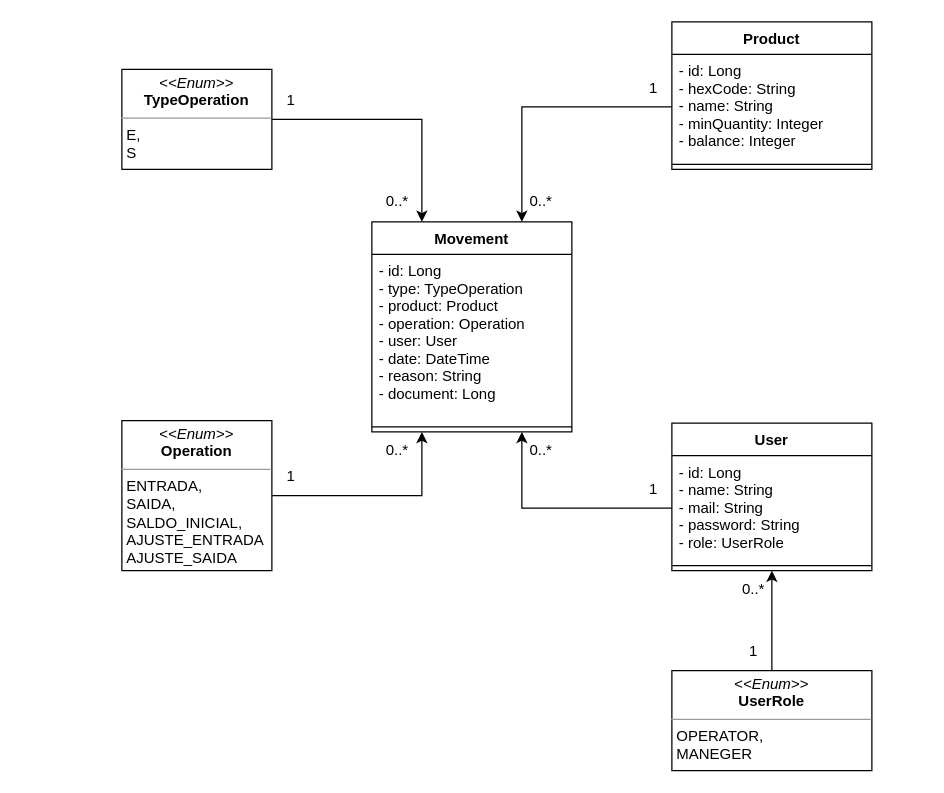
augustocesarsousa/draw-io keeps this draw.io diagram as varejonline/product.drawio. Above is the earlier version. Source tidied: cells renumbered, new cells numbered last; positions are measured from the earlier drawing's top-left corner, leaving out a move shared by most shapes. Both pictures are drawn from the tidied source at 125%, with x=0, y=0 at pixel (121, 21).
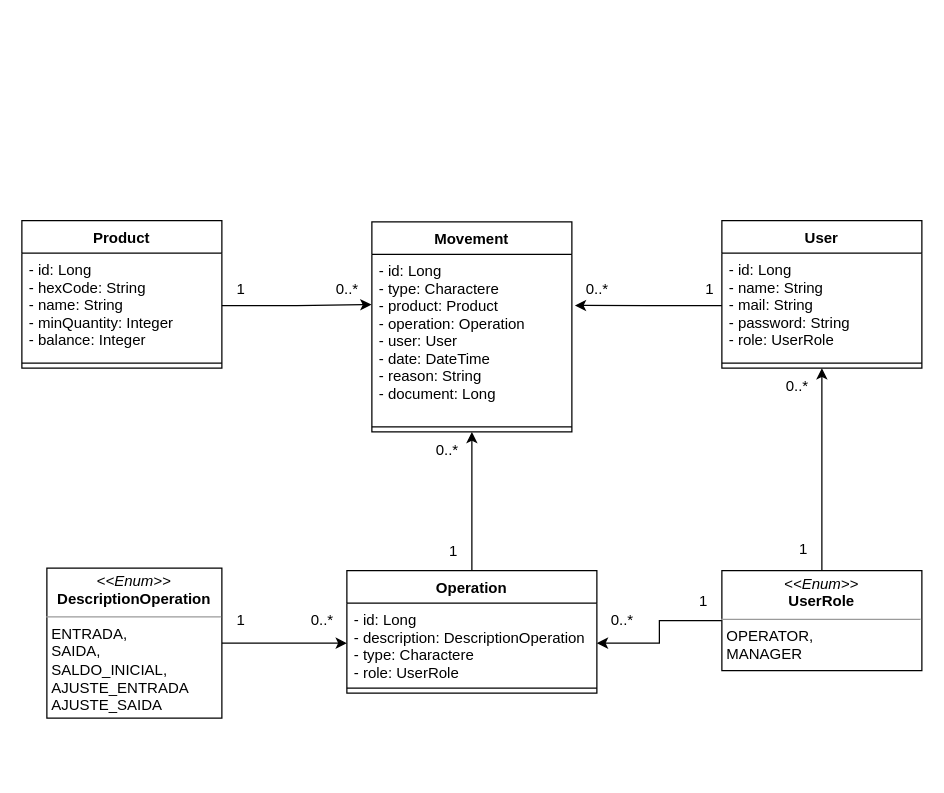
After the change.

The change refers to these unchanged cells:
```xml
<mxCell id="3" value="- id: Long&#10;- hexCode: String&#10;- name: String&#10;- minQuantity: Integer&#10;- balance: Integer" style="text;strokeColor=none;fillColor=none;align=left;verticalAlign=top;spacingLeft=4;spacingRight=4;overflow=hidden;points=[[0,0.5],[1,0.5]];portConstraint=eastwest;" parent="2" vertex="1">
  <mxGeometry y="26" width="160" height="84" as="geometry" />
</mxCell>
<mxCell id="6" value="- id: Long&#10;- name: String&#10;- mail: String&#10;- password: String&#10;- role: UserRole" style="text;strokeColor=none;fillColor=none;align=left;verticalAlign=top;spacingLeft=4;spacingRight=4;overflow=hidden;points=[[0,0.5],[1,0.5]];portConstraint=eastwest;" parent="5" vertex="1">
  <mxGeometry y="26" width="160" height="84" as="geometry" />
</mxCell>
<mxCell id="12" value="Movement" style="swimlane;fontStyle=1;align=center;verticalAlign=top;horizontal=1;startSize=26;" parent="1" vertex="1">
  <mxGeometry x="200" y="160" width="160" height="168" as="geometry" />
</mxCell>
```

Diff of the diagram source:
```diff
@@
     <mxCell id="2" value="Product" style="swimlane;fontStyle=1;align=center;verticalAlign=top;horizontal=1;startSize=26;" parent="1" vertex="1">
-      <mxGeometry x="440" width="160" height="118" as="geometry" />
+      <mxGeometry x="-80" y="159" width="160" height="118" as="geometry" />
     </mxCell>
@@
     <mxCell id="5" value="User" style="swimlane;fontStyle=1;align=center;verticalAlign=top;horizontal=1;startSize=26;" parent="1" vertex="1">
-      <mxGeometry x="440" y="321" width="160" height="118" as="geometry" />
+      <mxGeometry x="480" y="159" width="160" height="118" as="geometry" />
     </mxCell>
@@
+    <mxCell id="29" style="edgeStyle=orthogonalEdgeStyle;rounded=0;jettySize=auto;html=1;entryX=1;entryY=0.5;entryDx=0;entryDy=0;" parent="1" edge="1" source="9" target="33">
+      <mxGeometry relative="1" as="geometry" />
+    </mxCell>
-    <mxCell id="9" value="&lt;p style=&quot;margin:0px;margin-top:4px;text-align:center;&quot;&gt;&lt;i&gt;&amp;lt;&amp;lt;Enum&amp;gt;&amp;gt;&lt;/i&gt;&lt;br&gt;&lt;b&gt;UserRole&lt;/b&gt;&lt;/p&gt;&lt;hr size=&quot;1&quot;&gt;&lt;p style=&quot;margin:0px;margin-left:4px;&quot;&gt;OPERATOR,&lt;/p&gt;&lt;p style=&quot;margin:0px;margin-left:4px;&quot;&gt;MANEGER&lt;/p&gt;&lt;p style=&quot;margin:0px;margin-left:4px;&quot;&gt;&lt;br&gt;&lt;/p&gt;" style="verticalAlign=top;align=left;overflow=fill;fontSize=12;fontFamily=Helvetica;html=1;" parent="1" vertex="1">
-      <mxGeometry x="440" y="519" width="160" height="80" as="geometry" />
+    <mxCell id="9" value="&lt;p style=&quot;margin:0px;margin-top:4px;text-align:center;&quot;&gt;&lt;i&gt;&amp;lt;&amp;lt;Enum&amp;gt;&amp;gt;&lt;/i&gt;&lt;br&gt;&lt;b&gt;UserRole&lt;/b&gt;&lt;/p&gt;&lt;hr size=&quot;1&quot;&gt;&lt;p style=&quot;margin:0px;margin-left:4px;&quot;&gt;OPERATOR,&lt;/p&gt;&lt;p style=&quot;margin:0px;margin-left:4px;&quot;&gt;MANAGER&lt;/p&gt;&lt;p style=&quot;margin:0px;margin-left:4px;&quot;&gt;&lt;br&gt;&lt;/p&gt;" style="verticalAlign=top;align=left;overflow=fill;fontSize=12;fontFamily=Helvetica;html=1;" parent="1" vertex="1">
+      <mxGeometry x="480" y="439" width="160" height="80" as="geometry" />
     </mxCell>
-    <mxCell id="10" style="edgeStyle=orthogonalEdgeStyle;rounded=0;jettySize=auto;html=1;entryX=0.25;entryY=1;entryDx=0;entryDy=0;" parent="1" edge="1" source="11" target="12">
-      <mxGeometry relative="1" as="geometry" />
-    </mxCell>
+    <mxCell id="30" style="edgeStyle=orthogonalEdgeStyle;rounded=0;jettySize=auto;html=1;entryX=0;entryY=0.5;entryDx=0;entryDy=0;" parent="1" edge="1" source="11" target="33">
+      <mxGeometry relative="1" as="geometry" />
+    </mxCell>
-    <mxCell id="11" value="&lt;p style=&quot;margin:0px;margin-top:4px;text-align:center;&quot;&gt;&lt;i&gt;&amp;lt;&amp;lt;Enum&amp;gt;&amp;gt;&lt;/i&gt;&lt;br&gt;&lt;b&gt;Operation&lt;/b&gt;&lt;/p&gt;&lt;hr size=&quot;1&quot;&gt;&lt;p style=&quot;margin:0px;margin-left:4px;&quot;&gt;&lt;/p&gt;&lt;p style=&quot;border-color: var(--border-color); margin: 0px 0px 0px 4px;&quot;&gt;ENTRADA,&lt;/p&gt;&lt;p style=&quot;border-color: var(--border-color); margin: 0px 0px 0px 4px;&quot;&gt;SAIDA,&lt;/p&gt;&lt;p style=&quot;border-color: var(--border-color); margin: 0px 0px 0px 4px;&quot;&gt;SALDO_INICIAL,&lt;/p&gt;&lt;p style=&quot;border-color: var(--border-color); margin: 0px 0px 0px 4px;&quot;&gt;AJUSTE_ENTRADA&lt;/p&gt;&lt;p style=&quot;border-color: var(--border-color); margin: 0px 0px 0px 4px;&quot;&gt;AJUSTE_SAIDA&lt;/p&gt;" style="verticalAlign=top;align=left;overflow=fill;fontSize=12;fontFamily=Helvetica;html=1;" parent="1" vertex="1">
-      <mxGeometry y="319" width="120" height="120" as="geometry" />
+    <mxCell id="11" value="&lt;p style=&quot;margin:0px;margin-top:4px;text-align:center;&quot;&gt;&lt;i&gt;&amp;lt;&amp;lt;Enum&amp;gt;&amp;gt;&lt;/i&gt;&lt;br&gt;&lt;b&gt;DescriptionOperation&lt;/b&gt;&lt;/p&gt;&lt;hr size=&quot;1&quot;&gt;&lt;p style=&quot;margin:0px;margin-left:4px;&quot;&gt;&lt;/p&gt;&lt;p style=&quot;border-color: var(--border-color); margin: 0px 0px 0px 4px;&quot;&gt;ENTRADA,&lt;/p&gt;&lt;p style=&quot;border-color: var(--border-color); margin: 0px 0px 0px 4px;&quot;&gt;SAIDA,&lt;/p&gt;&lt;p style=&quot;border-color: var(--border-color); margin: 0px 0px 0px 4px;&quot;&gt;SALDO_INICIAL,&lt;/p&gt;&lt;p style=&quot;border-color: var(--border-color); margin: 0px 0px 0px 4px;&quot;&gt;AJUSTE_ENTRADA&lt;/p&gt;&lt;p style=&quot;border-color: var(--border-color); margin: 0px 0px 0px 4px;&quot;&gt;AJUSTE_SAIDA&lt;/p&gt;" style="verticalAlign=top;align=left;overflow=fill;fontSize=12;fontFamily=Helvetica;html=1;" parent="1" vertex="1">
+      <mxGeometry x="-60" y="437" width="140" height="120" as="geometry" />
     </mxCell>
@@
-    <mxCell id="13" value="- id: Long&#10;- type: TypeOperation&#10;- product: Product&#10;- operation: Operation&#10;- user: User&#10;- date: DateTime&#10;- reason: String&#10;- document: Long" style="text;strokeColor=none;fillColor=none;align=left;verticalAlign=top;spacingLeft=4;spacingRight=4;overflow=hidden;points=[[0,0.5],[1,0.5]];portConstraint=eastwest;" parent="12" vertex="1">
+    <mxCell id="13" value="- id: Long&#10;- type: Charactere&#10;- product: Product&#10;- operation: Operation&#10;- user: User&#10;- date: DateTime&#10;- reason: String&#10;- document: Long" style="text;strokeColor=none;fillColor=none;align=left;verticalAlign=top;spacingLeft=4;spacingRight=4;overflow=hidden;points=[[0,0.5],[1,0.5]];portConstraint=eastwest;" parent="12" vertex="1">
       <mxGeometry y="26" width="160" height="134" as="geometry" />
     </mxCell>
@@
-    <mxCell id="15" style="edgeStyle=orthogonalEdgeStyle;rounded=0;jettySize=auto;html=1;entryX=0.25;entryY=0;entryDx=0;entryDy=0;" parent="1" edge="1" source="16" target="12">
-      <mxGeometry relative="1" as="geometry" />
-    </mxCell>
-    <mxCell id="16" value="&lt;p style=&quot;margin:0px;margin-top:4px;text-align:center;&quot;&gt;&lt;i&gt;&amp;lt;&amp;lt;Enum&amp;gt;&amp;gt;&lt;/i&gt;&lt;br&gt;&lt;b&gt;TypeOperation&lt;/b&gt;&lt;/p&gt;&lt;hr size=&quot;1&quot;&gt;&lt;p style=&quot;margin:0px;margin-left:4px;&quot;&gt;E,&lt;/p&gt;&lt;p style=&quot;margin:0px;margin-left:4px;&quot;&gt;S&lt;/p&gt;" style="verticalAlign=top;align=left;overflow=fill;fontSize=12;fontFamily=Helvetica;html=1;" parent="1" vertex="1">
-      <mxGeometry y="38" width="120" height="80" as="geometry" />
-    </mxCell>
-    <mxCell id="17" style="edgeStyle=orthogonalEdgeStyle;rounded=0;jettySize=auto;html=1;entryX=0.75;entryY=0;entryDx=0;entryDy=0;" parent="1" edge="1" source="3" target="12">
+    <mxCell id="17" style="edgeStyle=orthogonalEdgeStyle;rounded=0;jettySize=auto;html=1;entryX=-0.002;entryY=0.3;entryDx=0;entryDy=0;entryPerimeter=0;" parent="1" edge="1" source="3" target="13">
       <mxGeometry relative="1" as="geometry" />
     </mxCell>
     <mxCell id="18" value="1" style="text;html=1;align=center;verticalAlign=middle;strokeColor=none;fillColor=none;" parent="1" vertex="1">
-      <mxGeometry x="410" y="38" width="30" height="30" as="geometry" />
+      <mxGeometry x="80" y="199" width="30" height="30" as="geometry" />
     </mxCell>
     <mxCell id="19" value="0..*" style="text;html=1;align=center;verticalAlign=middle;strokeColor=none;fillColor=none;" parent="1" vertex="1">
-      <mxGeometry x="315" y="129" width="40" height="30" as="geometry" />
+      <mxGeometry x="160" y="199" width="40" height="30" as="geometry" />
     </mxCell>
-    <mxCell id="20" value="1" style="text;html=1;align=center;verticalAlign=middle;strokeColor=none;fillColor=none;" parent="1" vertex="1">
-      <mxGeometry x="120" y="48" width="30" height="30" as="geometry" />
-    </mxCell>
-    <mxCell id="21" value="0..*" style="text;html=1;align=center;verticalAlign=middle;strokeColor=none;fillColor=none;" parent="1" vertex="1">
-      <mxGeometry x="200" y="129" width="40" height="30" as="geometry" />
-    </mxCell>
-    <mxCell id="22" value="1" style="text;html=1;align=center;verticalAlign=middle;strokeColor=none;fillColor=none;" parent="1" vertex="1">
-      <mxGeometry x="120" y="349" width="30" height="30" as="geometry" />
-    </mxCell>
-    <mxCell id="23" value="0..*" style="text;html=1;align=center;verticalAlign=middle;strokeColor=none;fillColor=none;" parent="1" vertex="1">
-      <mxGeometry x="200" y="328" width="40" height="30" as="geometry" />
-    </mxCell>
     <mxCell id="24" value="1" style="text;html=1;align=center;verticalAlign=middle;strokeColor=none;fillColor=none;" parent="1" vertex="1">
-      <mxGeometry x="410" y="359" width="30" height="30" as="geometry" />
+      <mxGeometry x="455" y="199" width="30" height="30" as="geometry" />
     </mxCell>
     <mxCell id="25" value="0..*" style="text;html=1;align=center;verticalAlign=middle;strokeColor=none;fillColor=none;" parent="1" vertex="1">
-      <mxGeometry x="315" y="328" width="40" height="30" as="geometry" />
+      <mxGeometry x="360" y="199" width="40" height="30" as="geometry" />
     </mxCell>
     <mxCell id="26" value="1" style="text;html=1;align=center;verticalAlign=middle;strokeColor=none;fillColor=none;" parent="1" vertex="1">
-      <mxGeometry x="490" y="489" width="30" height="30" as="geometry" />
+      <mxGeometry x="530" y="407" width="30" height="30" as="geometry" />
     </mxCell>
     <mxCell id="27" value="0..*" style="text;html=1;align=center;verticalAlign=middle;strokeColor=none;fillColor=none;" parent="1" vertex="1">
-      <mxGeometry x="485" y="439" width="40" height="30" as="geometry" />
+      <mxGeometry x="520" y="277" width="40" height="30" as="geometry" />
     </mxCell>
-    <mxCell id="28" style="edgeStyle=orthogonalEdgeStyle;rounded=0;jettySize=auto;html=1;entryX=0.75;entryY=1;entryDx=0;entryDy=0;" parent="1" edge="1" source="6" target="12">
+    <mxCell id="28" style="edgeStyle=orthogonalEdgeStyle;rounded=0;jettySize=auto;html=1;entryX=1.015;entryY=0.305;entryDx=0;entryDy=0;entryPerimeter=0;" parent="1" edge="1" source="6" target="13">
       <mxGeometry relative="1" as="geometry" />
     </mxCell>
+    <mxCell id="31" style="edgeStyle=orthogonalEdgeStyle;rounded=0;jettySize=auto;html=1;entryX=0.5;entryY=1;entryDx=0;entryDy=0;" parent="1" edge="1" source="32" target="12">
+      <mxGeometry relative="1" as="geometry" />
+    </mxCell>
+    <mxCell id="32" value="Operation" style="swimlane;fontStyle=1;align=center;verticalAlign=top;horizontal=1;startSize=26;" parent="1" vertex="1">
+      <mxGeometry x="180" y="439" width="200" height="98" as="geometry" />
+    </mxCell>
+    <mxCell id="33" value="- id: Long&#10;- description: DescriptionOperation&#10;- type: Charactere&#10;- role: UserRole" style="text;strokeColor=none;fillColor=none;align=left;verticalAlign=top;spacingLeft=4;spacingRight=4;overflow=hidden;points=[[0,0.5],[1,0.5]];portConstraint=eastwest;" parent="32" vertex="1">
+      <mxGeometry y="26" width="200" height="64" as="geometry" />
+    </mxCell>
+    <mxCell id="34" style="line;strokeWidth=1;fillColor=none;align=left;verticalAlign=middle;spacingTop=-1;spacingLeft=3;spacingRight=3;labelPosition=right;strokeColor=inherit;" parent="32" vertex="1">
+      <mxGeometry y="90" width="200" height="8" as="geometry" />
+    </mxCell>
+    <mxCell id="35" value="1" style="text;html=1;align=center;verticalAlign=middle;strokeColor=none;fillColor=none;" parent="1" vertex="1">
+      <mxGeometry x="450" y="449" width="30" height="30" as="geometry" />
+    </mxCell>
+    <mxCell id="36" value="0..*" style="text;html=1;align=center;verticalAlign=middle;strokeColor=none;fillColor=none;" parent="1" vertex="1">
+      <mxGeometry x="380" y="464" width="40" height="30" as="geometry" />
+    </mxCell>
+    <mxCell id="37" value="1" style="text;html=1;align=center;verticalAlign=middle;strokeColor=none;fillColor=none;" parent="1" vertex="1">
+      <mxGeometry x="80" y="464" width="30" height="30" as="geometry" />
+    </mxCell>
+    <mxCell id="38" value="0..*" style="text;html=1;align=center;verticalAlign=middle;strokeColor=none;fillColor=none;" parent="1" vertex="1">
+      <mxGeometry x="140" y="464" width="40" height="30" as="geometry" />
+    </mxCell>
+    <mxCell id="39" value="1" style="text;html=1;align=center;verticalAlign=middle;strokeColor=none;fillColor=none;" parent="1" vertex="1">
+      <mxGeometry x="250" y="409" width="30" height="30" as="geometry" />
+    </mxCell>
+    <mxCell id="40" value="0..*" style="text;html=1;align=center;verticalAlign=middle;strokeColor=none;fillColor=none;" parent="1" vertex="1">
+      <mxGeometry x="240" y="328" width="40" height="30" as="geometry" />
+    </mxCell>
```
